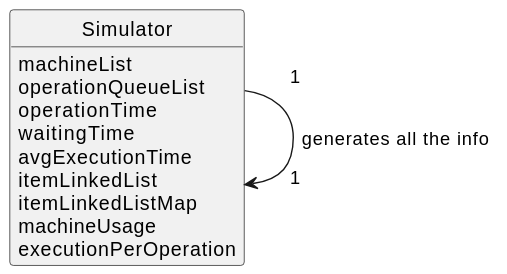
This is documentation/sprint1/ESINF/usei05/02.analysis/svg/usei05-domain-model.svg from JorgeUbaldoR/sem3-25-pi-2024_25-G131, a PlantUML export, as it was before one commit. Source of this version:
```plantuml
@startuml
skinparam monochrome true
skinparam packageStyle rectangle
skinparam shadowing false


skinparam classAttributeIconSize 0

hide circle
hide methods



class Simulator {
 machineList
operationQueueList
operationTime
waitingTime
avgExecutionTime
itemLinkedList
itemLinkedListMap
machineUsage
executionPerOperation
}




Simulator "      1" --> "      1" Simulator: generates all the info
@enduml
```
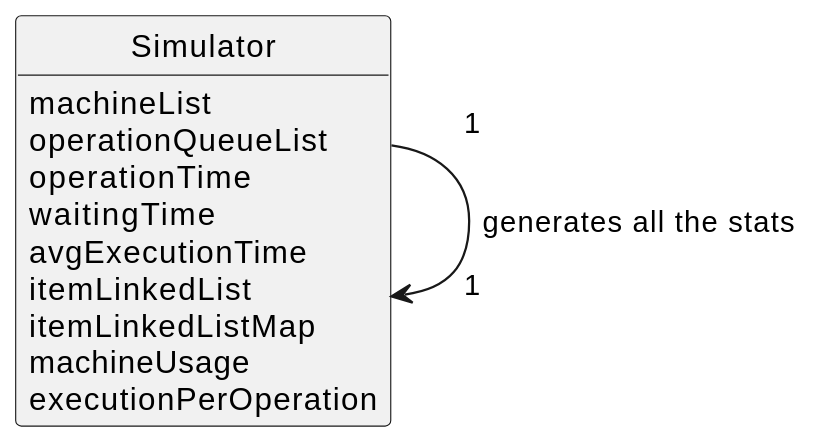
After the commit.

Diff of the diagram source:
```diff
@@ -26,5 +26,14 @@
 
 
 
-Simulator "      1" --> "      1" Simulator: generates all the info
+
+
+
+
+
+
+
+
+
+Simulator "      1" --> "      1" Simulator: generates all the stats
 @enduml
```
